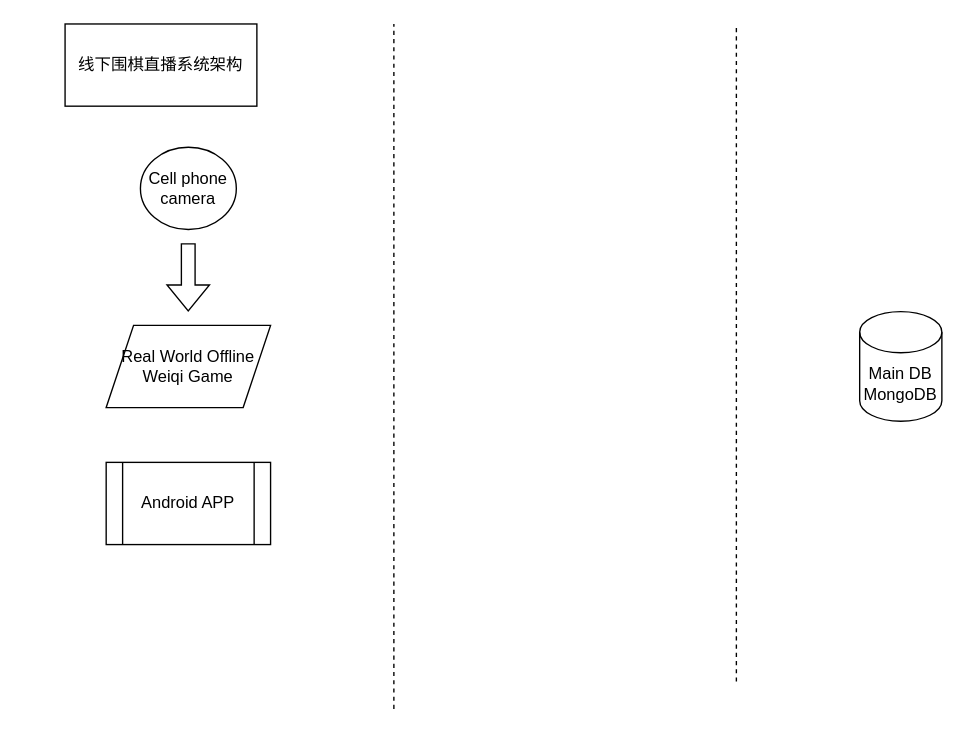
Above: Diag/WeiqiZhibo.drawio in zgbl/gittest1 (draw.io), before the change. Source tidied: cells renumbered, new cells numbered last; positions are measured from the earlier drawing's top-left corner, leaving out a move shared by most shapes. Both pictures are drawn from the tidied source at 137%, with x=0, y=0 at pixel (64, 23).
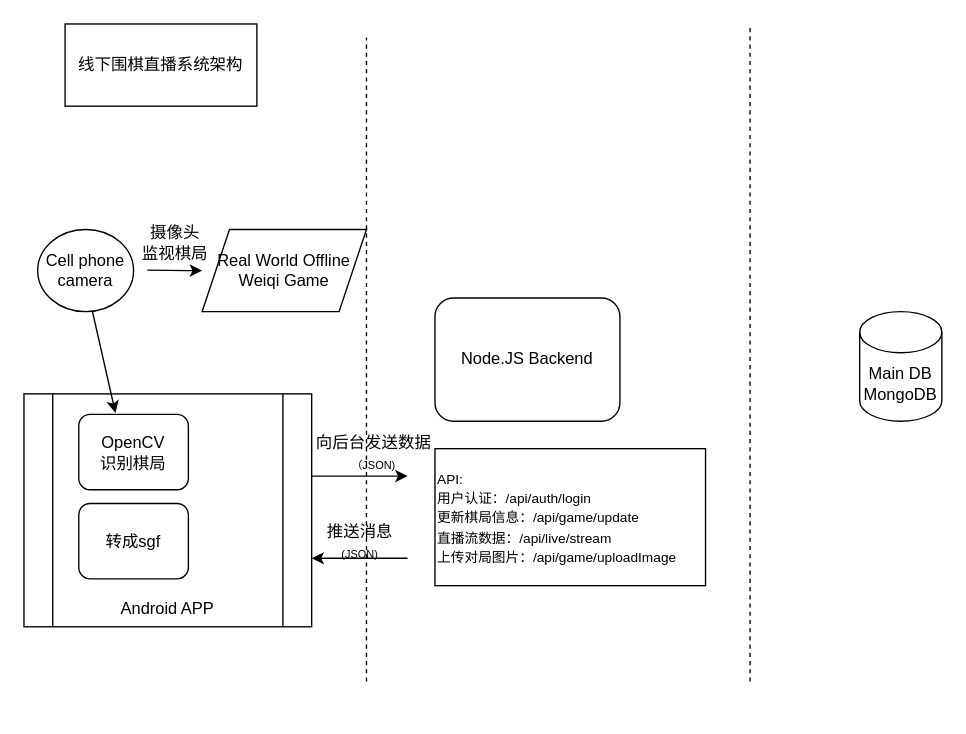
Above is the later version.

What changed in the source:
```diff
@@
-    <mxCell id="4" value="Android APP" style="shape=process;whiteSpace=wrap;html=1;backgroundOutline=1;" parent="1" vertex="1">
-      <mxGeometry x="30" y="320" width="120" height="60" as="geometry" />
+    <mxCell id="4" value="&lt;div style=&quot;text-align: justify;&quot;&gt;&lt;span style=&quot;background-color: transparent; color: light-dark(rgb(0, 0, 0), rgb(255, 255, 255));&quot;&gt;&lt;br&gt;&lt;/span&gt;&lt;/div&gt;&lt;div style=&quot;text-align: justify;&quot;&gt;&lt;span style=&quot;background-color: transparent; color: light-dark(rgb(0, 0, 0), rgb(255, 255, 255));&quot;&gt;&lt;br&gt;&lt;/span&gt;&lt;/div&gt;&lt;div style=&quot;text-align: justify;&quot;&gt;&lt;span style=&quot;background-color: transparent; color: light-dark(rgb(0, 0, 0), rgb(255, 255, 255));&quot;&gt;&lt;br&gt;&lt;/span&gt;&lt;/div&gt;&lt;div style=&quot;text-align: justify;&quot;&gt;&lt;span style=&quot;background-color: transparent; color: light-dark(rgb(0, 0, 0), rgb(255, 255, 255));&quot;&gt;&lt;br&gt;&lt;/span&gt;&lt;/div&gt;&lt;div style=&quot;text-align: justify;&quot;&gt;&lt;span style=&quot;background-color: transparent; color: light-dark(rgb(0, 0, 0), rgb(255, 255, 255));&quot;&gt;&lt;br&gt;&lt;/span&gt;&lt;/div&gt;&lt;div style=&quot;text-align: justify;&quot;&gt;&lt;span style=&quot;background-color: transparent; color: light-dark(rgb(0, 0, 0), rgb(255, 255, 255));&quot;&gt;&lt;br&gt;&lt;/span&gt;&lt;/div&gt;&lt;div style=&quot;text-align: justify;&quot;&gt;&lt;span style=&quot;background-color: transparent; color: light-dark(rgb(0, 0, 0), rgb(255, 255, 255));&quot;&gt;&lt;br&gt;&lt;/span&gt;&lt;/div&gt;&lt;div style=&quot;text-align: justify;&quot;&gt;&lt;span style=&quot;background-color: transparent; color: light-dark(rgb(0, 0, 0), rgb(255, 255, 255));&quot;&gt;&lt;br&gt;&lt;/span&gt;&lt;/div&gt;&lt;div style=&quot;text-align: justify;&quot;&gt;&lt;span style=&quot;background-color: transparent; color: light-dark(rgb(0, 0, 0), rgb(255, 255, 255));&quot;&gt;&lt;br&gt;&lt;/span&gt;&lt;/div&gt;&lt;div style=&quot;text-align: justify;&quot;&gt;&lt;span style=&quot;background-color: transparent; color: light-dark(rgb(0, 0, 0), rgb(255, 255, 255));&quot;&gt;&lt;br&gt;&lt;/span&gt;&lt;/div&gt;&lt;div style=&quot;text-align: justify;&quot;&gt;&lt;span style=&quot;background-color: transparent; color: light-dark(rgb(0, 0, 0), rgb(255, 255, 255));&quot;&gt;Android APP&lt;/span&gt;&lt;/div&gt;" style="shape=process;whiteSpace=wrap;html=1;backgroundOutline=1;align=center;" parent="1" vertex="1">
+      <mxGeometry x="-30" y="270" width="210" height="170" as="geometry" />
     </mxCell>
     <mxCell id="5" value="Real World Offline Weiqi Game" style="shape=parallelogram;perimeter=parallelogramPerimeter;whiteSpace=wrap;html=1;fixedSize=1;" parent="1" vertex="1">
-      <mxGeometry x="30" y="220" width="120" height="60" as="geometry" />
+      <mxGeometry x="100" y="150" width="120" height="60" as="geometry" />
     </mxCell>
     <mxCell id="6" value="Cell phone camera" style="ellipse;whiteSpace=wrap;html=1;" parent="1" vertex="1">
-      <mxGeometry x="55" y="90" width="70" height="60" as="geometry" />
+      <mxGeometry x="-20" y="150" width="70" height="60" as="geometry" />
     </mxCell>
-    <mxCell id="7" style="shape=flexArrow;endArrow=classic;html=1;rounded=0;" parent="1" edge="1">
-      <mxGeometry relative="1" as="geometry">
-        <mxPoint x="89.9" y="160" as="sourcePoint" />
-        <mxPoint x="89.9" y="210" as="targetPoint" />
-      </mxGeometry>
-    </mxCell>
     <mxCell id="8" style="endArrow=none;dashed=1;html=1;rounded=0;" parent="1" edge="1">
       <mxGeometry relative="1" as="geometry">
-        <mxPoint x="240" y="500" as="sourcePoint" />
-        <mxPoint x="240" as="targetPoint" />
+        <mxPoint x="220" y="480" as="sourcePoint" />
+        <mxPoint x="220" y="10" as="targetPoint" />
       </mxGeometry>
     </mxCell>
     <mxCell id="9" style="endArrow=none;dashed=1;html=1;rounded=0;" parent="1" edge="1">
       <mxGeometry relative="1" as="geometry">
-        <mxPoint x="490" y="480" as="sourcePoint" />
-        <mxPoint x="490" as="targetPoint" />
+        <mxPoint x="500" y="480" as="sourcePoint" />
+        <mxPoint x="500" as="targetPoint" />
       </mxGeometry>
     </mxCell>
+    <mxCell id="10" value="Node.JS Backend" style="rounded=1;whiteSpace=wrap;html=1;" parent="1" vertex="1">
+      <mxGeometry x="270" y="200" width="135" height="90" as="geometry" />
+    </mxCell>
+    <mxCell id="11" value="&lt;font style=&quot;font-size: 10px;&quot;&gt;API:&lt;br&gt;用户认证：/api/auth/login&lt;/font&gt;&lt;div&gt;&lt;span style=&quot;font-size: 10px;&quot;&gt;更新棋局信息：/api/game/update&lt;/span&gt;&lt;/div&gt;&lt;div&gt;&lt;span style=&quot;font-size: 10px;&quot;&gt;直播流数据：/api/live/stream&lt;/span&gt;&lt;/div&gt;&lt;div&gt;&lt;span style=&quot;font-size: 10px;&quot;&gt;上传对局图片：/api/game/uploadImage&lt;/span&gt;&lt;/div&gt;" style="rounded=0;whiteSpace=wrap;html=1;align=left;" parent="1" vertex="1">
+      <mxGeometry x="270" y="310" width="197.5" height="100" as="geometry" />
+    </mxCell>
+    <mxCell id="12" style="endArrow=classic;html=1;rounded=0;" parent="1" edge="1">
+      <mxGeometry relative="1" as="geometry">
+        <mxPoint x="180" y="330" as="sourcePoint" />
+        <mxPoint x="250" y="330" as="targetPoint" />
+      </mxGeometry>
+    </mxCell>
+    <mxCell id="13" value="向后台发送数据&lt;div&gt;&lt;font style=&quot;font-size: 8px;&quot;&gt;（JSON)&lt;/font&gt;&lt;/div&gt;" style="text;html=1;align=center;verticalAlign=middle;strokeColor=none;fillColor=none;" parent="1" vertex="1">
+      <mxGeometry x="170" y="292.5" width="110" height="40" as="geometry" />
+    </mxCell>
+    <mxCell id="14" style="endArrow=classic;html=1;rounded=0;" parent="1" edge="1">
+      <mxGeometry relative="1" as="geometry">
+        <mxPoint x="250" y="390" as="sourcePoint" />
+        <mxPoint x="180" y="390" as="targetPoint" />
+      </mxGeometry>
+    </mxCell>
+    <mxCell id="15" value="推送消息&lt;div&gt;&lt;font style=&quot;font-size: 8px;&quot;&gt;(JSON)&lt;/font&gt;&lt;/div&gt;" style="text;html=1;align=center;verticalAlign=middle;strokeColor=none;fillColor=none;" parent="1" vertex="1">
+      <mxGeometry x="180" y="357.5" width="70" height="40" as="geometry" />
+    </mxCell>
+    <mxCell id="16" style="endArrow=classic;html=1;rounded=0;" parent="1" edge="1">
+      <mxGeometry relative="1" as="geometry">
+        <mxPoint x="60" y="179.7" as="sourcePoint" />
+        <mxPoint x="100" y="180" as="targetPoint" />
+        <Array as="points">
+          <mxPoint x="90" y="180" />
+        </Array>
+      </mxGeometry>
+    </mxCell>
+    <mxCell id="17" value="摄像头&lt;div&gt;监视棋局&lt;/div&gt;" style="text;html=1;align=center;verticalAlign=middle;strokeColor=none;fillColor=none;" parent="1" vertex="1">
+      <mxGeometry x="45" y="140" width="70" height="40" as="geometry" />
+    </mxCell>
+    <mxCell id="18" value="OpenCV&lt;div&gt;识别棋局&lt;/div&gt;" style="rounded=1;whiteSpace=wrap;html=1;" parent="1" vertex="1">
+      <mxGeometry x="10" y="285" width="80" height="55" as="geometry" />
+    </mxCell>
+    <mxCell id="19" style="endArrow=classic;html=1;rounded=0;entryX=0.335;entryY=-0.019;entryDx=0;entryDy=0;entryPerimeter=0;" parent="1" edge="1" target="18">
+      <mxGeometry relative="1" as="geometry">
+        <mxPoint x="20" y="210" as="sourcePoint" />
+      </mxGeometry>
+    </mxCell>
+    <mxCell id="20" value="转成sgf" style="rounded=1;whiteSpace=wrap;html=1;" parent="1" vertex="1">
+      <mxGeometry x="10" y="350" width="80" height="55" as="geometry" />
+    </mxCell>
```
